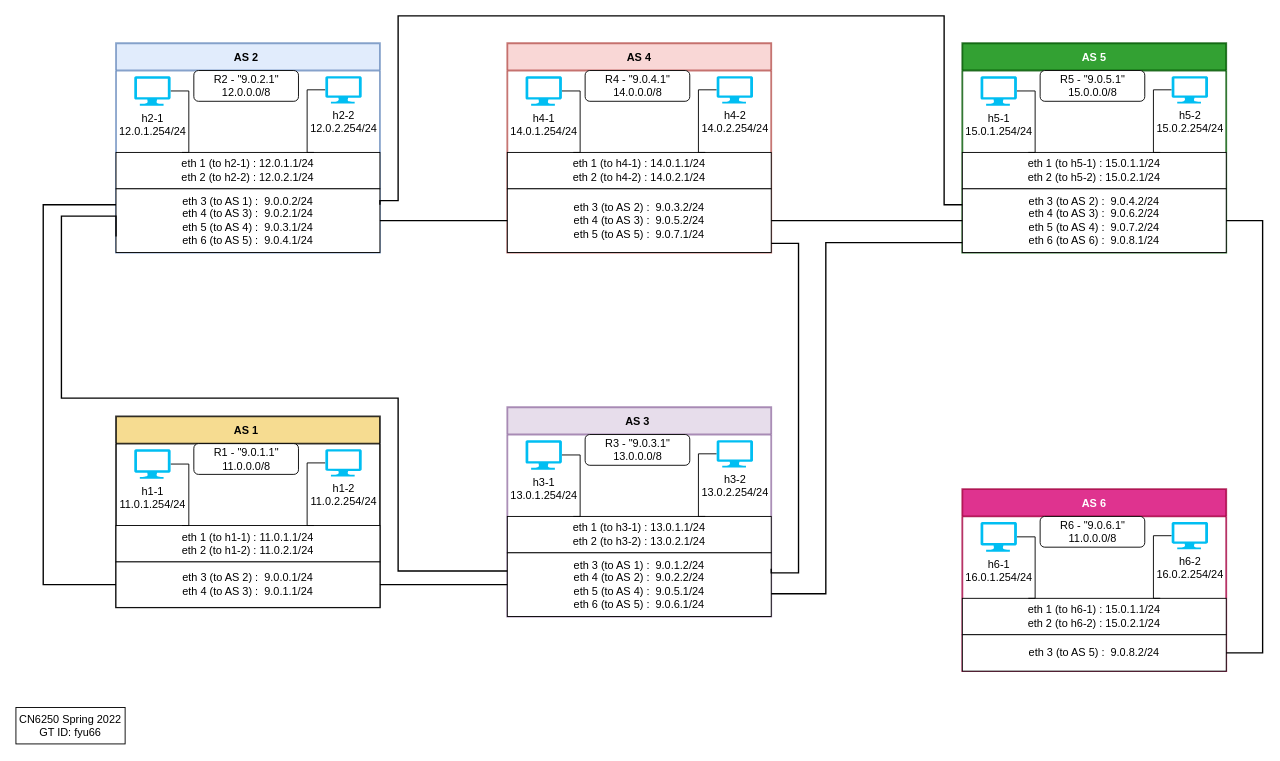
Above: data/Untitled Diagram.drawio in whyufeng/term2project1 (draw.io), before the change. Source tidied: cells renumbered, new cells numbered last; positions are measured from the earlier drawing's top-left corner, leaving out a move shared by most shapes. Both pictures are drawn from the tidied source at 91%, with x=0, y=0 at pixel (15, 15).
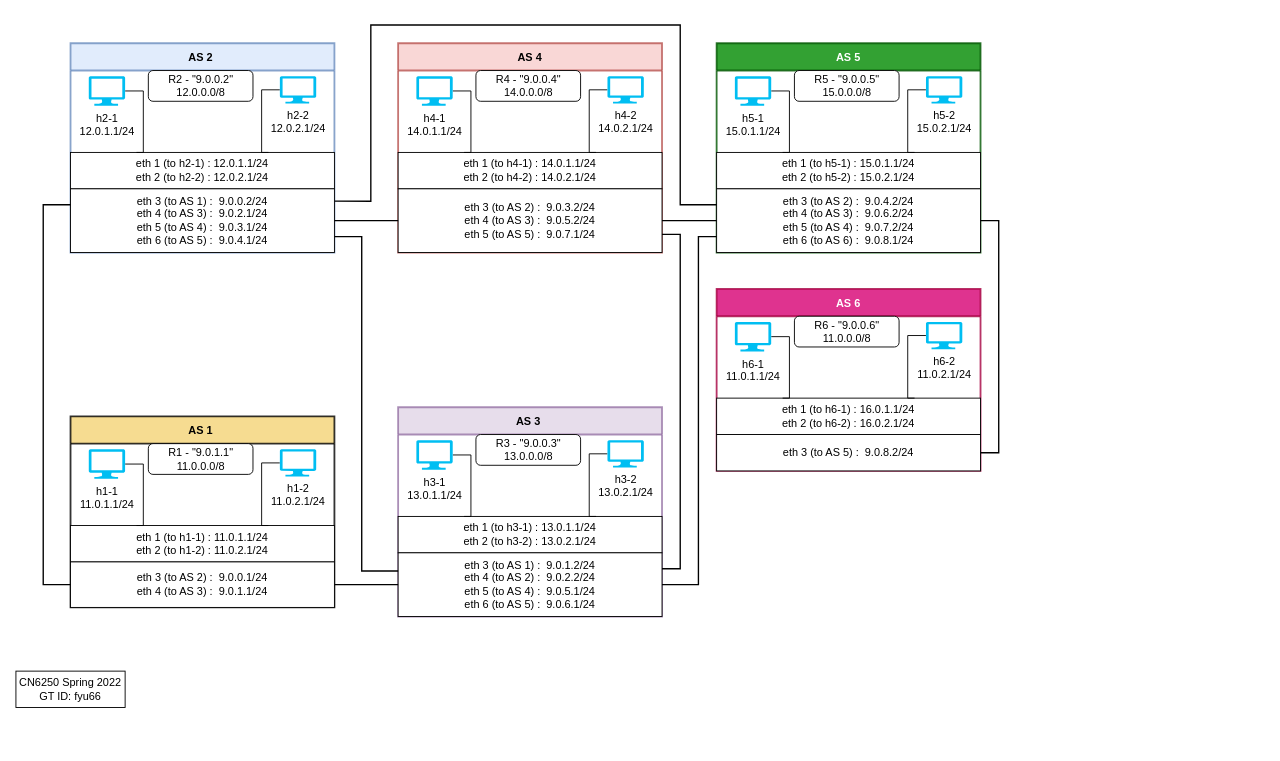
The same diagram, later.

The change refers to these unchanged cells:
```xml
<mxCell id="5" value="eth 3 (to AS 2) :&amp;nbsp; 9.0.0.1/24&lt;br&gt;eth 4 (to AS 3) :&amp;nbsp;&amp;nbsp;9.0.1.1/24" style="rounded=0;whiteSpace=wrap;html=1;" parent="2" vertex="1">
  <mxGeometry y="160" width="290" height="50" as="geometry" />
</mxCell>
<mxCell id="13" value="eth 3 (to AS 1) :&amp;nbsp; 9.0.0.2/24&lt;br&gt;eth 4 (to AS 3) :&amp;nbsp; 9.0.2.1/24&lt;br&gt;eth 5 (to AS 4) :&amp;nbsp; 9.0.3.1/24&lt;br&gt;eth 6 (to AS 5) :&amp;nbsp; 9.0.4.1/24" style="rounded=0;whiteSpace=wrap;html=1;" parent="10" vertex="1">
  <mxGeometry y="160" width="290" height="70" as="geometry" />
</mxCell>
<mxCell id="22" value="eth 3 (to AS 1) :&amp;nbsp; 9.0.1.2/24&lt;br&gt;eth 4 (to AS 2) :&amp;nbsp; 9.0.2.2/24&lt;br&gt;eth 5 (to AS 4) :&amp;nbsp; 9.0.5.1/24&lt;br&gt;eth 6 (to AS 5) :&amp;nbsp; 9.0.6.1/24" style="rounded=0;whiteSpace=wrap;html=1;" parent="19" vertex="1">
  <mxGeometry y="160" width="290" height="70" as="geometry" />
</mxCell>
<mxCell id="32" value="eth 3 (to AS 2) :&amp;nbsp; 9.0.3.2/24&lt;br&gt;eth 4 (to AS 3) :&amp;nbsp; 9.0.5.2/24&lt;br&gt;eth 5 (to AS 5) :&amp;nbsp; 9.0.7.1/24" style="rounded=0;whiteSpace=wrap;html=1;" parent="29" vertex="1">
  <mxGeometry y="160" width="290" height="70" as="geometry" />
</mxCell>
<mxCell id="40" value="eth 3 (to AS 2) :&amp;nbsp; 9.0.4.2/24&lt;br&gt;eth 4 (to AS 3) :&amp;nbsp; 9.0.6.2/24&lt;br&gt;eth 5 (to AS 4) :&amp;nbsp; 9.0.7.2/24&lt;br&gt;eth 6 (to AS 6) :&amp;nbsp; 9.0.8.1/24" style="rounded=0;whiteSpace=wrap;html=1;" parent="37" vertex="1">
  <mxGeometry y="160" width="290" height="70" as="geometry" />
</mxCell>
<mxCell id="53" value="eth 3 (to AS 5) :&amp;nbsp; 9.0.8.2/24" style="rounded=0;whiteSpace=wrap;html=1;" parent="50" vertex="1">
  <mxGeometry y="160" width="290" height="40" as="geometry" />
</mxCell>
```

The edit, as a diff of the source:
```diff
@@
     <mxCell id="2" value="AS 1 " style="swimlane;rounded=0;shadow=0;glass=0;fillColor=#f4d476;gradientColor=none;opacity=80;strokeWidth=2;startSize=30;" parent="1" vertex="1">
-      <mxGeometry x="110" y="440" width="290" height="210" as="geometry" />
+      <mxGeometry x="60" y="440" width="290" height="210" as="geometry" />
     </mxCell>
@@
-    <mxCell id="7" value="h1-2&lt;br&gt;11.0.2.254/24" style="verticalLabelPosition=bottom;html=1;verticalAlign=top;align=center;strokeColor=none;fillColor=#00BEF2;shape=mxgraph.azure.computer;" parent="2" vertex="1">
+    <mxCell id="7" value="h1-2&lt;br&gt;11.0.2.1/24" style="verticalLabelPosition=bottom;html=1;verticalAlign=top;align=center;strokeColor=none;fillColor=#00BEF2;shape=mxgraph.azure.computer;" parent="2" vertex="1">
       <mxGeometry x="230" y="36.2" width="40" height="30" as="geometry" />
     </mxCell>
@@
-    <mxCell id="9" value="h1-1&lt;br&gt;11.0.1.254/24" style="verticalLabelPosition=bottom;html=1;verticalAlign=top;align=center;strokeColor=none;fillColor=#00BEF2;shape=mxgraph.azure.computer;" parent="2" vertex="1">
+    <mxCell id="9" value="h1-1&lt;br&gt;11.0.1.1/24" style="verticalLabelPosition=bottom;html=1;verticalAlign=top;align=center;strokeColor=none;fillColor=#00BEF2;shape=mxgraph.azure.computer;" parent="2" vertex="1">
       <mxGeometry x="20" y="36.2" width="40" height="32.5" as="geometry" />
     </mxCell>
     <mxCell id="10" value="AS 2 " style="swimlane;rounded=0;shadow=0;glass=0;fillColor=#dae8fc;opacity=80;strokeWidth=2;startSize=30;strokeColor=#6c8ebf;" parent="1" vertex="1">
-      <mxGeometry x="110" y="30" width="290" height="230" as="geometry" />
+      <mxGeometry x="60" y="30" width="290" height="230" as="geometry" />
     </mxCell>
@@
-    <mxCell id="12" value="R2 - &quot;9.0.2.1&quot;&lt;br&gt;12.0.0.0/8" style="rounded=1;whiteSpace=wrap;html=1;" parent="10" vertex="1">
+    <mxCell id="12" value="R2 - &quot;9.0.0.2&quot;&lt;br&gt;12.0.0.0/8" style="rounded=1;whiteSpace=wrap;html=1;" parent="10" vertex="1">
       <mxGeometry x="85.5" y="30" width="115" height="33.8" as="geometry" />
     </mxCell>
@@
-    <mxCell id="15" value="h2-2&lt;br&gt;12.0.2.254/24" style="verticalLabelPosition=bottom;html=1;verticalAlign=top;align=center;strokeColor=none;fillColor=#00BEF2;shape=mxgraph.azure.computer;" parent="10" vertex="1">
+    <mxCell id="15" value="h2-2&lt;br&gt;12.0.2.1/24" style="verticalLabelPosition=bottom;html=1;verticalAlign=top;align=center;strokeColor=none;fillColor=#00BEF2;shape=mxgraph.azure.computer;" parent="10" vertex="1">
       <mxGeometry x="230" y="36.2" width="40" height="30" as="geometry" />
     </mxCell>
@@
-    <mxCell id="17" value="h2-1&lt;br&gt;12.0.1.254/24" style="verticalLabelPosition=bottom;html=1;verticalAlign=top;align=center;strokeColor=none;fillColor=#00BEF2;shape=mxgraph.azure.computer;" parent="10" vertex="1">
+    <mxCell id="17" value="h2-1&lt;br&gt;12.0.1.1/24" style="verticalLabelPosition=bottom;html=1;verticalAlign=top;align=center;strokeColor=none;fillColor=#00BEF2;shape=mxgraph.azure.computer;" parent="10" vertex="1">
       <mxGeometry x="20" y="36.2" width="40" height="32.5" as="geometry" />
     </mxCell>
     <mxCell id="18" style="edgeStyle=elbowEdgeStyle;rounded=0;jettySize=auto;html=1;exitX=0;exitY=0.5;exitDx=0;exitDy=0;entryX=0;entryY=0.25;entryDx=0;entryDy=0;endArrow=none;endFill=0;strokeWidth=1.5;" parent="1" edge="1" source="5" target="13">
       <mxGeometry relative="1" as="geometry">
         <Array as="points">
-          <mxPoint x="30" y="410" />
+          <mxPoint x="30" y="420" />
+          <mxPoint x="60" y="420" />
         </Array>
       </mxGeometry>
     </mxCell>
     <mxCell id="19" value="AS 3 " style="swimlane;rounded=0;shadow=0;glass=0;fillColor=#e1d5e7;opacity=80;strokeWidth=2;startSize=30;strokeColor=#9673a6;" parent="1" vertex="1">
-      <mxGeometry x="540" y="430" width="290" height="230" as="geometry" />
+      <mxGeometry x="420" y="430" width="290" height="230" as="geometry" />
     </mxCell>
@@
-    <mxCell id="21" value="R3 - &quot;9.0.3.1&quot;&lt;br&gt;13.0.0.0/8" style="rounded=1;whiteSpace=wrap;html=1;" parent="19" vertex="1">
+    <mxCell id="21" value="R3 - &quot;9.0.0.3&quot;&lt;br&gt;13.0.0.0/8" style="rounded=1;whiteSpace=wrap;html=1;" parent="19" vertex="1">
       <mxGeometry x="85.5" y="30" width="115" height="33.8" as="geometry" />
     </mxCell>
@@
-    <mxCell id="24" value="h3-2&lt;br&gt;13.0.2.254/24" style="verticalLabelPosition=bottom;html=1;verticalAlign=top;align=center;strokeColor=none;fillColor=#00BEF2;shape=mxgraph.azure.computer;" parent="19" vertex="1">
+    <mxCell id="24" value="h3-2&lt;br&gt;13.0.2.1/24" style="verticalLabelPosition=bottom;html=1;verticalAlign=top;align=center;strokeColor=none;fillColor=#00BEF2;shape=mxgraph.azure.computer;" parent="19" vertex="1">
       <mxGeometry x="230" y="36.2" width="40" height="30" as="geometry" />
     </mxCell>
@@
-    <mxCell id="26" value="h3-1&lt;br&gt;13.0.1.254/24" style="verticalLabelPosition=bottom;html=1;verticalAlign=top;align=center;strokeColor=none;fillColor=#00BEF2;shape=mxgraph.azure.computer;" parent="19" vertex="1">
+    <mxCell id="26" value="h3-1&lt;br&gt;13.0.1.1/24" style="verticalLabelPosition=bottom;html=1;verticalAlign=top;align=center;strokeColor=none;fillColor=#00BEF2;shape=mxgraph.azure.computer;" parent="19" vertex="1">
       <mxGeometry x="20" y="36.2" width="40" height="32.5" as="geometry" />
     </mxCell>
@@
-    <mxCell id="28" style="edgeStyle=orthogonalEdgeStyle;rounded=0;jettySize=auto;html=1;endArrow=none;endFill=0;exitX=0;exitY=0.75;exitDx=0;exitDy=0;strokeWidth=1.5;" parent="1" edge="1" source="13">
+    <mxCell id="28" style="edgeStyle=orthogonalEdgeStyle;rounded=0;jettySize=auto;html=1;endArrow=none;endFill=0;exitX=1;exitY=0.75;exitDx=0;exitDy=0;strokeWidth=1.5;" parent="1" edge="1" source="13">
       <mxGeometry relative="1" as="geometry">
-        <mxPoint x="540" y="610" as="targetPoint" />
+        <mxPoint x="420" y="610" as="targetPoint" />
         <Array as="points">
-          <mxPoint x="110" y="220" />
-          <mxPoint x="50" y="220" />
-          <mxPoint x="50" y="420" />
-          <mxPoint x="420" y="420" />
-          <mxPoint x="420" y="610" />
-          <mxPoint x="540" y="610" />
+          <mxPoint x="380" y="243" />
+          <mxPoint x="380" y="610" />
         </Array>
       </mxGeometry>
     </mxCell>
     <mxCell id="29" value="AS 4" style="swimlane;rounded=0;shadow=0;glass=0;fillColor=#f8cecc;opacity=80;strokeWidth=2;startSize=30;strokeColor=#b85450;" parent="1" vertex="1">
-      <mxGeometry x="540" y="30" width="290" height="230" as="geometry" />
+      <mxGeometry x="420" y="30" width="290" height="230" as="geometry" />
     </mxCell>
@@
-    <mxCell id="31" value="R4 - &quot;9.0.4.1&quot;&lt;br&gt;14.0.0.0/8" style="rounded=1;whiteSpace=wrap;html=1;" parent="29" vertex="1">
+    <mxCell id="31" value="R4 - &quot;9.0.0.4&quot;&lt;br&gt;14.0.0.0/8" style="rounded=1;whiteSpace=wrap;html=1;" parent="29" vertex="1">
       <mxGeometry x="85.5" y="30" width="115" height="33.8" as="geometry" />
     </mxCell>
@@
-    <mxCell id="34" value="h4-2&lt;br&gt;14.0.2.254/24" style="verticalLabelPosition=bottom;html=1;verticalAlign=top;align=center;strokeColor=none;fillColor=#00BEF2;shape=mxgraph.azure.computer;" parent="29" vertex="1">
+    <mxCell id="34" value="h4-2&lt;br&gt;14.0.2.1/24" style="verticalLabelPosition=bottom;html=1;verticalAlign=top;align=center;strokeColor=none;fillColor=#00BEF2;shape=mxgraph.azure.computer;" parent="29" vertex="1">
       <mxGeometry x="230" y="36.2" width="40" height="30" as="geometry" />
     </mxCell>
@@
-    <mxCell id="36" value="h4-1&lt;br&gt;14.0.1.254/24" style="verticalLabelPosition=bottom;html=1;verticalAlign=top;align=center;strokeColor=none;fillColor=#00BEF2;shape=mxgraph.azure.computer;" parent="29" vertex="1">
+    <mxCell id="36" value="h4-1&lt;br&gt;14.0.1.1/24" style="verticalLabelPosition=bottom;html=1;verticalAlign=top;align=center;strokeColor=none;fillColor=#00BEF2;shape=mxgraph.azure.computer;" parent="29" vertex="1">
       <mxGeometry x="20" y="36.2" width="40" height="32.5" as="geometry" />
     </mxCell>
     <mxCell id="37" value="AS 5" style="swimlane;rounded=0;shadow=0;glass=0;fillColor=#008a00;opacity=80;strokeWidth=2;startSize=30;strokeColor=#005700;fontColor=#ffffff;" parent="1" vertex="1">
-      <mxGeometry x="1040" y="30" width="290" height="230" as="geometry" />
+      <mxGeometry x="770" y="30" width="290" height="230" as="geometry" />
     </mxCell>
@@
-    <mxCell id="39" value="R5 - &quot;9.0.5.1&quot;&lt;br&gt;15.0.0.0/8" style="rounded=1;whiteSpace=wrap;html=1;" parent="37" vertex="1">
+    <mxCell id="39" value="R5 - &quot;9.0.0.5&quot;&lt;br&gt;15.0.0.0/8" style="rounded=1;whiteSpace=wrap;html=1;" parent="37" vertex="1">
       <mxGeometry x="85.5" y="30" width="115" height="33.8" as="geometry" />
     </mxCell>
@@
-    <mxCell id="42" value="h5-2&lt;br&gt;15.0.2.254/24" style="verticalLabelPosition=bottom;html=1;verticalAlign=top;align=center;strokeColor=none;fillColor=#00BEF2;shape=mxgraph.azure.computer;" parent="37" vertex="1">
+    <mxCell id="42" value="h5-2&lt;br&gt;15.0.2.1/24" style="verticalLabelPosition=bottom;html=1;verticalAlign=top;align=center;strokeColor=none;fillColor=#00BEF2;shape=mxgraph.azure.computer;" parent="37" vertex="1">
       <mxGeometry x="230" y="36.2" width="40" height="30" as="geometry" />
     </mxCell>
@@
-    <mxCell id="44" value="h5-1&lt;br&gt;15.0.1.254/24" style="verticalLabelPosition=bottom;html=1;verticalAlign=top;align=center;strokeColor=none;fillColor=#00BEF2;shape=mxgraph.azure.computer;" parent="37" vertex="1">
+    <mxCell id="44" value="h5-1&lt;br&gt;15.0.1.1/24" style="verticalLabelPosition=bottom;html=1;verticalAlign=top;align=center;strokeColor=none;fillColor=#00BEF2;shape=mxgraph.azure.computer;" parent="37" vertex="1">
       <mxGeometry x="20" y="36.2" width="40" height="32.5" as="geometry" />
     </mxCell>
@@
-    <mxCell id="46" style="edgeStyle=orthogonalEdgeStyle;rounded=0;jettySize=auto;html=1;endArrow=none;endFill=0;exitX=1;exitY=0.25;exitDx=0;exitDy=0;entryX=0;entryY=0.25;entryDx=0;entryDy=0;strokeWidth=1.5;" parent="1" edge="1" source="13" target="40">
+    <mxCell id="46" style="edgeStyle=orthogonalEdgeStyle;rounded=0;jettySize=auto;html=1;endArrow=none;endFill=0;entryX=0;entryY=0.25;entryDx=0;entryDy=0;strokeWidth=1.5;exitX=1.001;exitY=0.194;exitDx=0;exitDy=0;exitPerimeter=0;" parent="1" edge="1" source="13" target="40">
       <mxGeometry relative="1" as="geometry">
         <Array as="points">
-          <mxPoint x="400" y="203" />
-          <mxPoint x="420" y="203" />
-          <mxPoint x="420" />
-          <mxPoint x="1020" />
-          <mxPoint x="1020" y="208" />
-          <mxPoint x="1040" y="208" />
+          <mxPoint x="390" y="204" />
+          <mxPoint x="390" y="10" />
+          <mxPoint x="730" y="10" />
+          <mxPoint x="730" y="208" />
         </Array>
       </mxGeometry>
     </mxCell>
     <mxCell id="47" style="edgeStyle=orthogonalEdgeStyle;rounded=0;jettySize=auto;html=1;entryX=1;entryY=0.25;entryDx=0;entryDy=0;endArrow=none;endFill=0;strokeWidth=1.5;" parent="1" edge="1" source="32" target="22">
       <mxGeometry relative="1" as="geometry">
         <Array as="points">
-          <mxPoint x="860" y="250" />
-          <mxPoint x="860" y="612" />
-          <mxPoint x="830" y="612" />
+          <mxPoint x="730" y="240" />
+          <mxPoint x="730" y="608" />
         </Array>
       </mxGeometry>
     </mxCell>
-    <mxCell id="48" style="edgeStyle=orthogonalEdgeStyle;rounded=0;jettySize=auto;html=1;endArrow=none;endFill=0;entryX=0;entryY=0.844;entryDx=0;entryDy=0;entryPerimeter=0;strokeWidth=1.5;" parent="1" edge="1" source="22" target="40">
-      <mxGeometry relative="1" as="geometry">
-        <Array as="points">
-          <mxPoint x="890" y="635" />
-          <mxPoint x="890" y="250" />
-          <mxPoint x="1040" y="250" />
-        </Array>
-      </mxGeometry>
-    </mxCell>
@@
     <mxCell id="50" value="AS 6" style="swimlane;rounded=0;shadow=0;glass=0;fillColor=#d80073;opacity=80;strokeWidth=2;startSize=30;strokeColor=#A50040;fontColor=#ffffff;" parent="1" vertex="1">
-      <mxGeometry x="1040" y="520" width="290" height="200" as="geometry" />
+      <mxGeometry x="770" y="300" width="290" height="200" as="geometry" />
     </mxCell>
-    <mxCell id="51" value="eth 1 (to h6-1) :&amp;nbsp;15.0.1.1/24&lt;br&gt;eth 2 (to h6-2) : 15.0.2.1/24" style="rounded=0;whiteSpace=wrap;html=1;" parent="50" vertex="1">
+    <mxCell id="51" value="eth 1 (to h6-1) :&amp;nbsp;16.0.1.1/24&lt;br&gt;eth 2 (to h6-2) : 16.0.2.1/24" style="rounded=0;whiteSpace=wrap;html=1;" parent="50" vertex="1">
       <mxGeometry y="120" width="290" height="40" as="geometry" />
     </mxCell>
-    <mxCell id="52" value="R6 - &quot;9.0.6.1&quot;&lt;br&gt;11.0.0.0/8" style="rounded=1;whiteSpace=wrap;html=1;" parent="50" vertex="1">
+    <mxCell id="52" value="R6 - &quot;9.0.0.6&quot;&lt;br&gt;11.0.0.0/8" style="rounded=1;whiteSpace=wrap;html=1;" parent="50" vertex="1">
       <mxGeometry x="85.5" y="30" width="115" height="33.8" as="geometry" />
     </mxCell>
@@
-    <mxCell id="55" value="h6-2&lt;br&gt;16.0.2.254/24" style="verticalLabelPosition=bottom;html=1;verticalAlign=top;align=center;strokeColor=none;fillColor=#00BEF2;shape=mxgraph.azure.computer;" parent="50" vertex="1">
+    <mxCell id="55" value="h6-2&lt;br&gt;11.0.2.1/24" style="verticalLabelPosition=bottom;html=1;verticalAlign=top;align=center;strokeColor=none;fillColor=#00BEF2;shape=mxgraph.azure.computer;" parent="50" vertex="1">
       <mxGeometry x="230" y="36.2" width="40" height="30" as="geometry" />
     </mxCell>
@@
-    <mxCell id="57" value="h6-1&lt;br&gt;16.0.1.254/24" style="verticalLabelPosition=bottom;html=1;verticalAlign=top;align=center;strokeColor=none;fillColor=#00BEF2;shape=mxgraph.azure.computer;" parent="50" vertex="1">
+    <mxCell id="57" value="h6-1&lt;br&gt;11.0.1.1/24" style="verticalLabelPosition=bottom;html=1;verticalAlign=top;align=center;strokeColor=none;fillColor=#00BEF2;shape=mxgraph.azure.computer;" parent="50" vertex="1">
       <mxGeometry x="20" y="36.2" width="40" height="32.5" as="geometry" />
     </mxCell>
     <mxCell id="58" style="edgeStyle=orthogonalEdgeStyle;rounded=0;jettySize=auto;html=1;entryX=1;entryY=0.5;entryDx=0;entryDy=0;endArrow=none;endFill=0;exitX=1;exitY=0.5;exitDx=0;exitDy=0;strokeWidth=1.5;" parent="1" edge="1" source="40" target="53">
       <mxGeometry relative="1" as="geometry">
         <Array as="points">
-          <mxPoint x="1370" y="225" />
-          <mxPoint x="1370" y="700" />
+          <mxPoint x="1080" y="225" />
+          <mxPoint x="1080" y="480" />
         </Array>
       </mxGeometry>
     </mxCell>
     <mxCell id="59" value="CN6250 Spring 2022&lt;br&gt;GT ID: fyu66" style="rounded=0;whiteSpace=wrap;html=1;" parent="1" vertex="1">
-      <mxGeometry y="760" width="120" height="40" as="geometry" />
+      <mxGeometry y="720" width="120" height="40" as="geometry" />
     </mxCell>
+    <mxCell id="48" style="edgeStyle=orthogonalEdgeStyle;rounded=0;jettySize=auto;html=1;entryX=0;entryY=0.75;entryDx=0;entryDy=0;endArrow=none;endFill=0;strokeWidth=1.5;" parent="1" edge="1" source="22" target="40">
+      <mxGeometry relative="1" as="geometry">
+        <Array as="points">
+          <mxPoint x="750" y="625" />
+          <mxPoint x="750" y="243" />
+        </Array>
+      </mxGeometry>
+    </mxCell>
```
